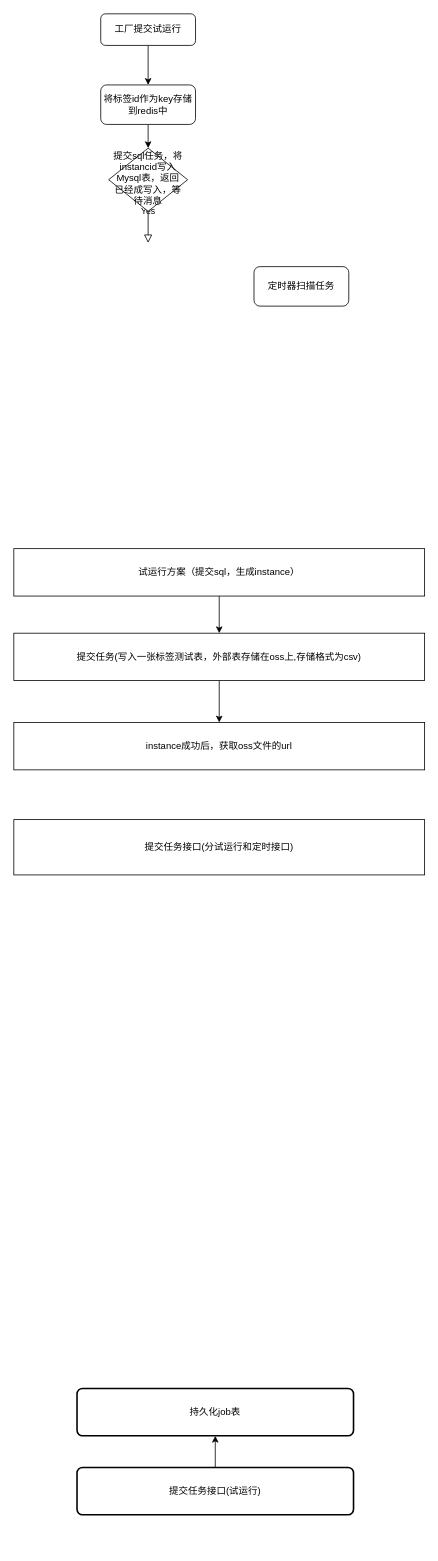
This is odpsjob设计.drawio from shursulei/document, a draw.io file, before an edit. Source tidied: cells renumbered, new cells numbered last; positions are measured from the earlier drawing's top-left corner, leaving out a move shared by most shapes. Both pictures are drawn from the tidied source at 79%, with x=0, y=0 at pixel (13, 13).
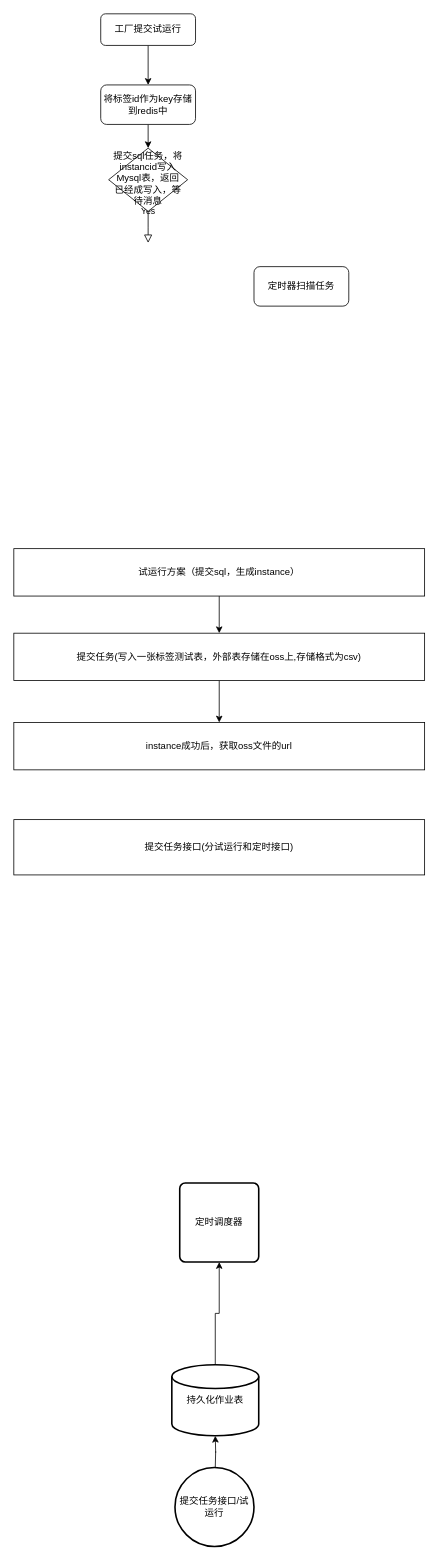
The same diagram, later.

Change to the diagram source:
```diff
@@
-    <mxCell id="15" style="edgeStyle=orthogonalEdgeStyle;rounded=0;jettySize=auto;html=1;exitX=0.5;exitY=0;exitDx=0;exitDy=0;entryX=0.5;entryY=1;entryDx=0;entryDy=0;" parent="1" edge="1" source="16" target="17">
-      <mxGeometry relative="1" as="geometry" />
+    <mxCell id="15" style="edgeStyle=orthogonalEdgeStyle;rounded=0;orthogonalLoop=1;jettySize=auto;html=1;exitX=0.5;exitY=0;exitDx=0;exitDy=0;entryX=0.5;entryY=1;entryDx=0;entryDy=0;" parent="1" edge="1">
+      <mxGeometry relative="1" as="geometry">
+        <mxPoint x="255" y="1840" as="sourcePoint" />
+        <mxPoint x="255" y="1800" as="targetPoint" />
+      </mxGeometry>
     </mxCell>
-    <mxCell id="16" value="提交任务接口(试运行)" style="rounded=1;whiteSpace=wrap;html=1;absoluteArcSize=1;arcSize=14;strokeWidth=2;" parent="1" vertex="1">
-      <mxGeometry x="80" y="1840" width="350" height="60" as="geometry" />
-    </mxCell>
-    <mxCell id="17" value="&lt;span style=&quot;font-family: &amp;#34;pingfang sc&amp;#34; , &amp;#34;helvetica&amp;#34; , &amp;#34;tahoma&amp;#34; , &amp;#34;arial&amp;#34; , &amp;#34;hiragino sans gb&amp;#34; , &amp;#34;microsoft yahei&amp;#34; , &amp;#34;simsun&amp;#34; , &amp;#34;heiti&amp;#34; , sans-serif ; text-align: left ; background-color: rgb(255 , 255 , 255)&quot;&gt;持久化job表&lt;/span&gt;" style="rounded=1;whiteSpace=wrap;html=1;absoluteArcSize=1;arcSize=14;strokeWidth=2;" parent="1" vertex="1">
-      <mxGeometry x="80" y="1740" width="350" height="60" as="geometry" />
-    </mxCell>
+    <mxCell id="18" value="&lt;span&gt;提交任务接口/试运行&lt;/span&gt;" style="strokeWidth=2;html=1;shape=mxgraph.flowchart.start_2;whiteSpace=wrap;" parent="1" vertex="1">
+      <mxGeometry x="204" y="1840" width="100" height="100" as="geometry" />
+    </mxCell>
+    <mxCell id="19" style="edgeStyle=orthogonalEdgeStyle;rounded=0;jettySize=auto;html=1;entryX=0.5;entryY=1;entryDx=0;entryDy=0;" parent="1" edge="1" source="20" target="21">
+      <mxGeometry relative="1" as="geometry" />
+    </mxCell>
+    <mxCell id="20" value="&lt;span style=&quot;font-family: &amp;#34;pingfang sc&amp;#34; , &amp;#34;helvetica&amp;#34; , &amp;#34;tahoma&amp;#34; , &amp;#34;arial&amp;#34; , &amp;#34;hiragino sans gb&amp;#34; , &amp;#34;microsoft yahei&amp;#34; , &amp;#34;simsun&amp;#34; , &amp;#34;heiti&amp;#34; , sans-serif ; text-align: left ; background-color: rgb(255 , 255 , 255)&quot;&gt;持久化作业表&lt;/span&gt;" style="strokeWidth=2;html=1;shape=mxgraph.flowchart.database;whiteSpace=wrap;" parent="1" vertex="1">
+      <mxGeometry x="200" y="1710" width="110" height="90" as="geometry" />
+    </mxCell>
+    <mxCell id="21" value="定时调度器" style="rounded=1;whiteSpace=wrap;html=1;absoluteArcSize=1;arcSize=14;strokeWidth=2;" parent="1" vertex="1">
+      <mxGeometry x="210" y="1480" width="100" height="100" as="geometry" />
+    </mxCell>
```
